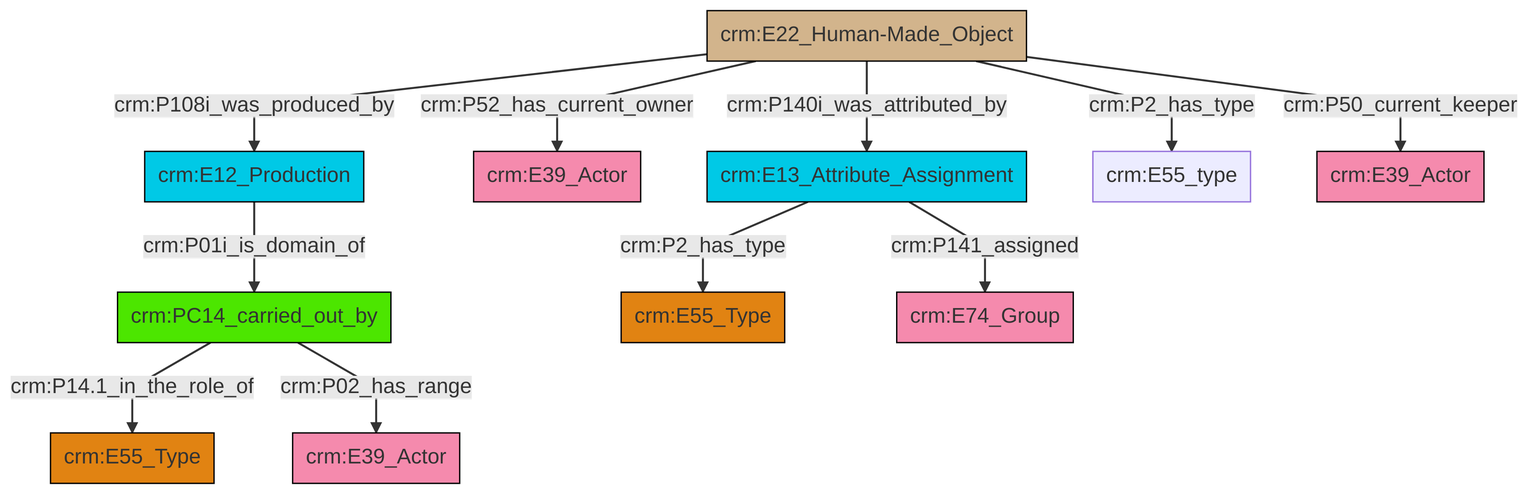
Above: et/artworkCSV/ttl/mmd/png/Artwork_Actor_Relations.png in swiss-art-research-net/docs.swissartresearch (Mermaid), before the change. Its source is kept beside it as et/artworkCSV/ttl/mmd/Artwork_Actor_Relations.ttl.mmd.
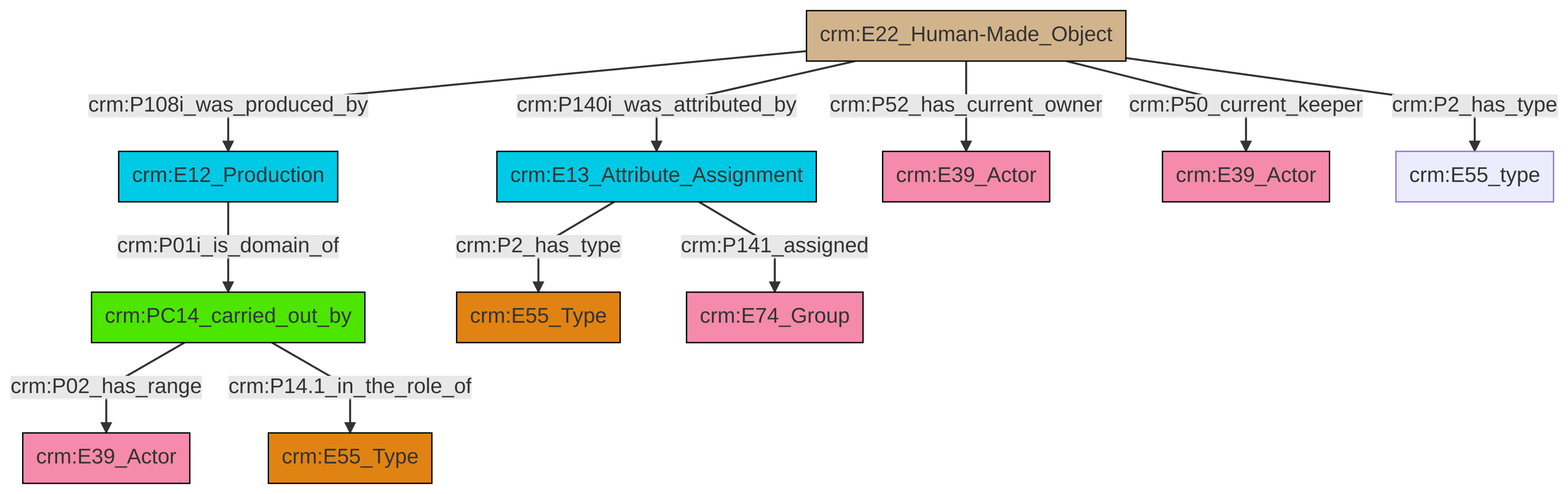
The same file after the commit.

What changed in the source:
```diff
@@ -13,13 +13,13 @@
 classDef PC_Classes fill:#4ce600, stroke:#000000;
 classDef Multi fill:#cccccc,stroke:#000000;
 
-8["crm:E22_Human-Made_Object"]:::Physical_Thing -->|crm:P52_has_current_owner| 9["crm:E39_Actor"]:::Actor
-10["crm:E13_Attribute_Assignment"]:::Temporal_Entity -->|crm:P2_has_type| 6["crm:E55_Type"]:::Type
-0["crm:E12_Production"]:::Temporal_Entity -->|crm:P01i_is_domain_of| 2["crm:PC14_carried_out_by"]:::PC_Classes
-8["crm:E22_Human-Made_Object"]:::Physical_Thing -->|crm:P2_has_type| 11["crm:E55_type"]:::Default
-8["crm:E22_Human-Made_Object"]:::Physical_Thing -->|crm:P50_current_keeper| 14["crm:E39_Actor"]:::Actor
+0["crm:E22_Human-Made_Object"]:::Physical_Thing -->|crm:P140i_was_attributed_by| 1["crm:E13_Attribute_Assignment"]:::Temporal_Entity
+2["crm:PC14_carried_out_by"]:::PC_Classes -->|crm:P02_has_range| 3["crm:E39_Actor"]:::Actor
 2["crm:PC14_carried_out_by"]:::PC_Classes -->|crm:P14.1_in_the_role_of| 4["crm:E55_Type"]:::Type
-8["crm:E22_Human-Made_Object"]:::Physical_Thing -->|crm:P108i_was_produced_by| 0["crm:E12_Production"]:::Temporal_Entity
-2["crm:PC14_carried_out_by"]:::PC_Classes -->|crm:P02_has_range| 18["crm:E39_Actor"]:::Actor
-8["crm:E22_Human-Made_Object"]:::Physical_Thing -->|crm:P140i_was_attributed_by| 10["crm:E13_Attribute_Assignment"]:::Temporal_Entity
-10["crm:E13_Attribute_Assignment"]:::Temporal_Entity -->|crm:P141_assigned| 16["crm:E74_Group"]:::Actor
+0["crm:E22_Human-Made_Object"]:::Physical_Thing -->|crm:P52_has_current_owner| 7["crm:E39_Actor"]:::Actor
+1["crm:E13_Attribute_Assignment"]:::Temporal_Entity -->|crm:P2_has_type| 8["crm:E55_Type"]:::Type
+1["crm:E13_Attribute_Assignment"]:::Temporal_Entity -->|crm:P141_assigned| 10["crm:E74_Group"]:::Actor
+0["crm:E22_Human-Made_Object"]:::Physical_Thing -->|crm:P50_current_keeper| 13["crm:E39_Actor"]:::Actor
+0["crm:E22_Human-Made_Object"]:::Physical_Thing -->|crm:P108i_was_produced_by| 5["crm:E12_Production"]:::Temporal_Entity
+0["crm:E22_Human-Made_Object"]:::Physical_Thing -->|crm:P2_has_type| 17["crm:E55_type"]:::Default
+5["crm:E12_Production"]:::Temporal_Entity -->|crm:P01i_is_domain_of| 2["crm:PC14_carried_out_by"]:::PC_Classes
```
